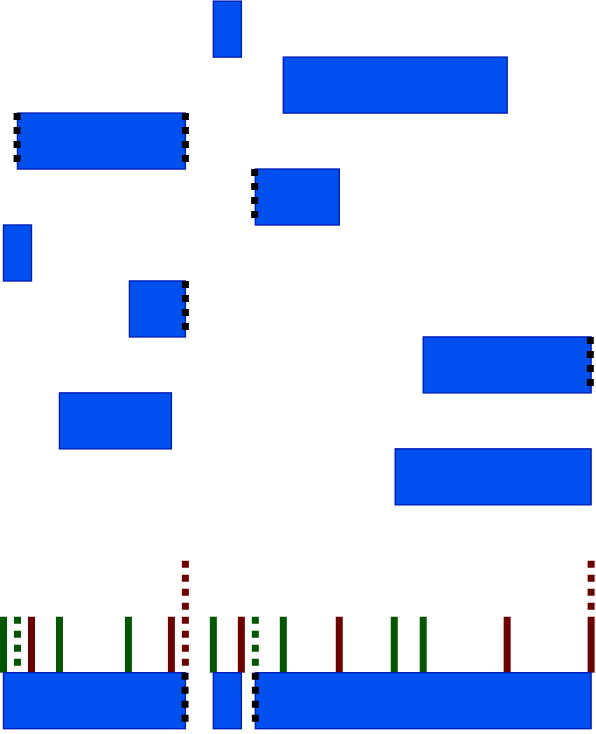
Above: docs/interval/TimeIntervalsUnion.drawio.svg in yolisses/time-constraints (draw.io), before the change. Source tidied: cells renumbered, new cells last; positions are measured from the earlier drawing's top-left corner, leaving out a move shared by most shapes.
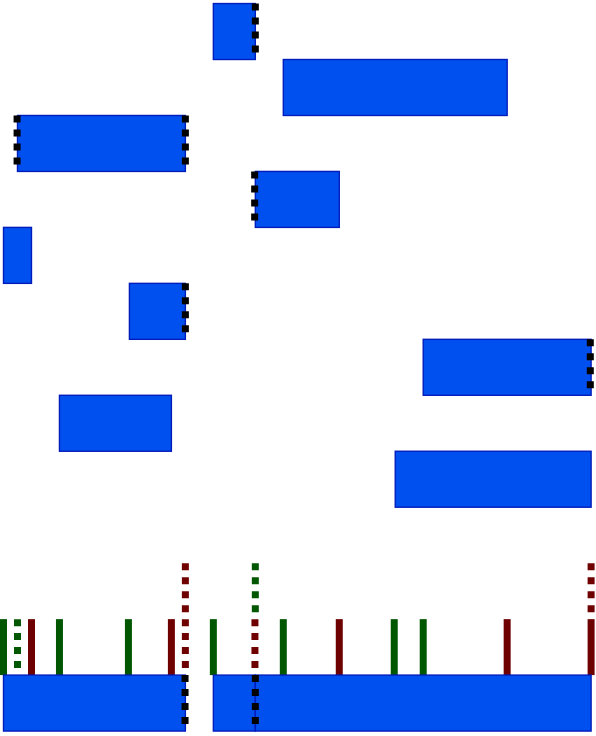
Later version of the same file.

Commit message:
Updalte time intervals union to demonstrate continuous interval subtracted by one instant

Diff of the diagram source:
```diff
@@ -21,7 +21,7 @@
       <mxGeometry x="300" y="240" width="120" height="40" as="geometry" />
     </mxCell>
     <mxCell id="8" style="whiteSpace=wrap;html=1;fillColor=#0050ef;fontColor=#ffffff;strokeColor=#001DBC;" parent="1" vertex="1">
-      <mxGeometry x="150" width="20" height="40" as="geometry" />
+      <mxGeometry x="150" width="30" height="40" as="geometry" />
     </mxCell>
     <mxCell id="9" style="whiteSpace=wrap;html=1;fillColor=#0050ef;fontColor=#ffffff;strokeColor=#001DBC;" parent="1" vertex="1">
       <mxGeometry y="160" width="20" height="40" as="geometry" />
@@ -61,8 +61,8 @@
     </mxCell>
     <mxCell id="16" style="endArrow=none;html=1;fillColor=#008a00;strokeColor=#005700;strokeWidth=5;dashed=1;dashPattern=1 1;" parent="1" edge="1">
       <mxGeometry relative="1" as="geometry">
-        <mxPoint x="180" y="440" as="sourcePoint" />
-        <mxPoint x="180" y="480" as="targetPoint" />
+        <mxPoint x="180" y="400" as="sourcePoint" />
+        <mxPoint x="180" y="440" as="targetPoint" />
       </mxGeometry>
     </mxCell>
     <mxCell id="17" style="endArrow=none;html=1;fillColor=#008a00;strokeColor=#005700;strokeWidth=5;" parent="1" edge="1">
@@ -95,10 +95,10 @@
         <mxPoint x="120" y="480" as="targetPoint" />
       </mxGeometry>
     </mxCell>
-    <mxCell id="22" style="endArrow=none;html=1;fillColor=#a20025;strokeColor=#6F0000;strokeWidth=5;" parent="1" edge="1">
+    <mxCell id="22" style="endArrow=none;html=1;fillColor=#a20025;strokeColor=#6F0000;strokeWidth=5;dashed=1;dashPattern=1 1;" parent="1" edge="1">
       <mxGeometry relative="1" as="geometry">
-        <mxPoint x="170" y="440" as="sourcePoint" />
-        <mxPoint x="170" y="480" as="targetPoint" />
+        <mxPoint x="179.7" y="440" as="sourcePoint" />
+        <mxPoint x="179.7" y="480" as="targetPoint" />
       </mxGeometry>
     </mxCell>
     <mxCell id="23" style="endArrow=none;html=1;fillColor=#a20025;strokeColor=#6F0000;strokeWidth=5;" parent="1" edge="1">
@@ -129,7 +129,7 @@
       <mxGeometry y="480" width="130" height="40" as="geometry" />
     </mxCell>
     <mxCell id="28" style="rounded=0;whiteSpace=wrap;html=1;fillColor=#0050ef;fontColor=#ffffff;strokeColor=#001DBC;" parent="1" vertex="1">
-      <mxGeometry x="150" y="480" width="20" height="40" as="geometry" />
+      <mxGeometry x="150" y="480" width="30" height="40" as="geometry" />
     </mxCell>
     <mxCell id="29" style="rounded=0;whiteSpace=wrap;html=1;fillColor=#0050ef;fontColor=#ffffff;strokeColor=#001DBC;" parent="1" vertex="1">
       <mxGeometry x="180" y="480" width="240" height="40" as="geometry" />
@@ -188,5 +188,11 @@
         <mxPoint x="9.7" y="120" as="targetPoint" />
       </mxGeometry>
     </mxCell>
+    <mxCell id="39" style="endArrow=none;dashed=1;html=1;dashPattern=1 1;strokeWidth=5;rounded=0;entryX=0;entryY=0;entryDx=0;entryDy=0;exitX=0;exitY=1;exitDx=0;exitDy=0;" parent="1" edge="1">
+      <mxGeometry relative="1" as="geometry">
+        <mxPoint x="180" as="sourcePoint" />
+        <mxPoint x="180" y="40" as="targetPoint" />
+      </mxGeometry>
+    </mxCell>
   </root>
 </mxGraphModel>
```
